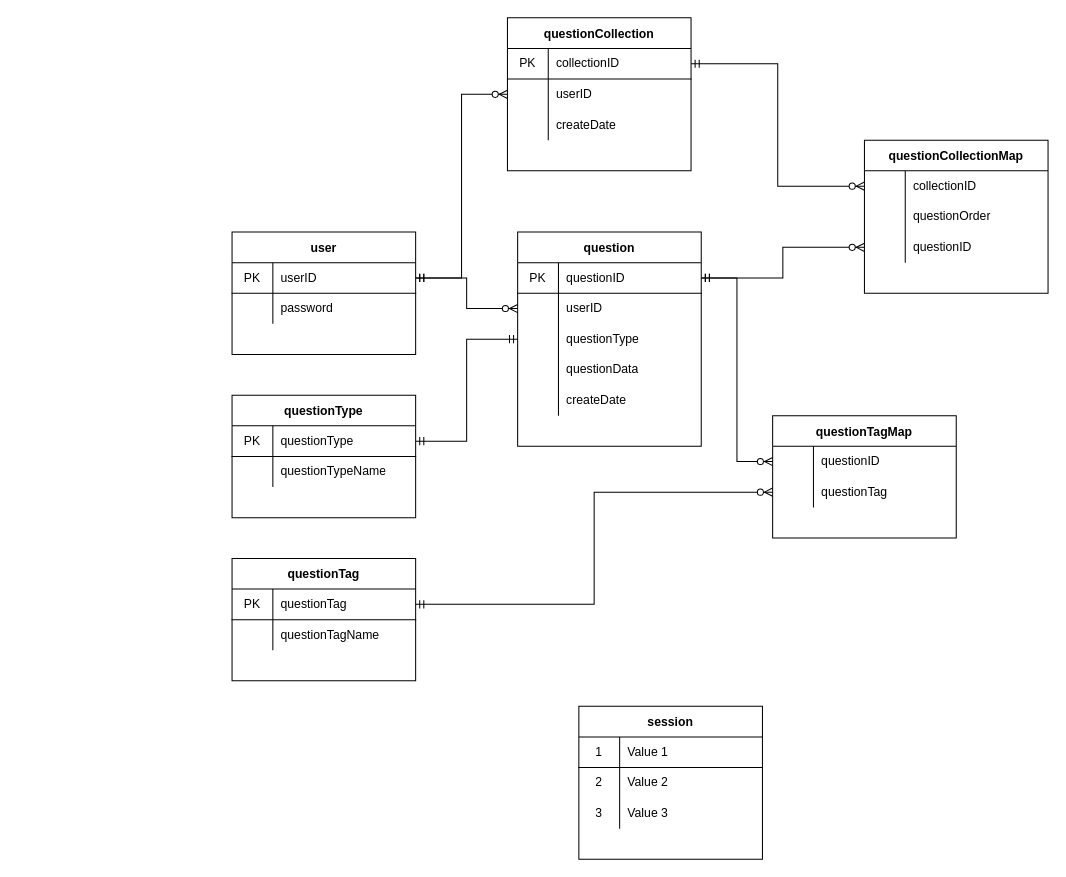
Above: diagram/erDiagram.drawio in swkoubou/HackU2021 (draw.io), before the change. Source tidied: cells renumbered, new cells numbered last; positions are measured from the earlier drawing's top-left corner, leaving out a move shared by most shapes. Both pictures are drawn from the tidied source at 102%, with x=0, y=0 at pixel (232, 17).
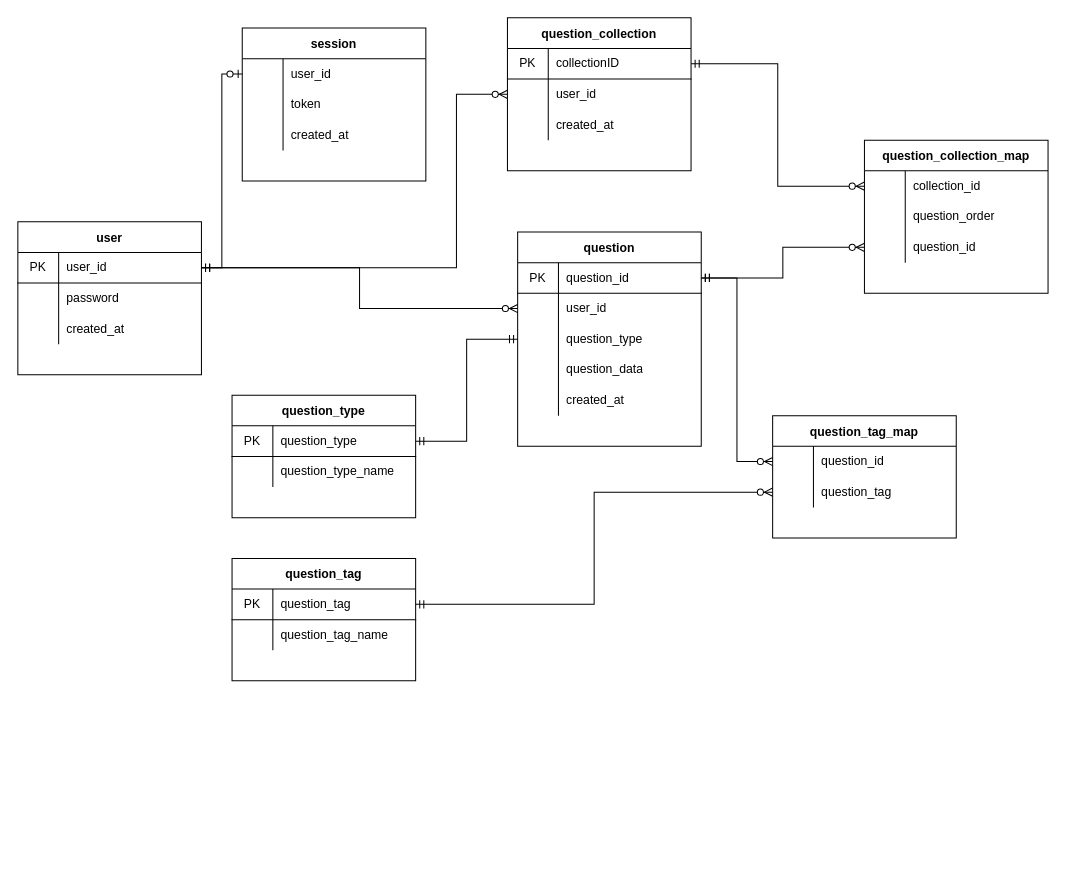
Above is the later version.

Commit message:
ER図の命名を修正

The change refers to these unchanged cells:
```xml
<mxCell id="3" style="shape=partialRectangle;html=1;whiteSpace=wrap;fillColor=none;top=0;left=0;bottom=1;right=0;points=[[0,0.5],[1,0.5]];portConstraint=eastwest;" parent="2" vertex="1">
  <mxGeometry y="30" width="180" height="30" as="geometry" />
</mxCell>
<mxCell id="10" style="shape=partialRectangle;html=1;whiteSpace=wrap;fillColor=none;top=0;left=0;bottom=1;right=0;points=[[0,0.5],[1,0.5]];portConstraint=eastwest;" parent="9" vertex="1">
  <mxGeometry y="30" width="180" height="30" as="geometry" />
</mxCell>
<mxCell id="13" style="shape=partialRectangle;html=1;whiteSpace=wrap;fillColor=none;top=0;left=0;bottom=0;right=0;points=[[0,0.5],[1,0.5]];portConstraint=eastwest;" parent="9" vertex="1">
  <mxGeometry y="60" width="180" height="30" as="geometry" />
</mxCell>
<mxCell id="16" style="shape=partialRectangle;html=1;whiteSpace=wrap;fillColor=none;top=0;left=0;bottom=0;right=0;points=[[0,0.5],[1,0.5]];portConstraint=eastwest;" parent="9" vertex="1">
  <mxGeometry y="90" width="180" height="30" as="geometry" />
</mxCell>
<mxCell id="19" style="shape=partialRectangle;html=1;whiteSpace=wrap;fillColor=none;top=0;left=0;bottom=0;right=0;" parent="9" vertex="1">
  <mxGeometry y="120" width="180" height="30" as="geometry" />
</mxCell>
<mxCell id="22" style="shape=partialRectangle;html=1;whiteSpace=wrap;fillColor=none;top=0;left=0;bottom=0;right=0;" parent="9" vertex="1">
  <mxGeometry y="150" width="180" height="30" as="geometry" />
</mxCell>
<mxCell id="26" style="shape=partialRectangle;html=1;whiteSpace=wrap;fillColor=none;top=0;left=0;bottom=1;right=0;points=[[0,0.5],[1,0.5]];portConstraint=eastwest;" parent="25" vertex="1">
  <mxGeometry y="30" width="180" height="30" as="geometry" />
</mxCell>
<mxCell id="29" style="shape=partialRectangle;html=1;whiteSpace=wrap;fillColor=none;top=0;left=0;bottom=0;right=0;" parent="25" vertex="1">
  <mxGeometry y="60" width="180" height="30" as="geometry" />
</mxCell>
<mxCell id="36" style="shape=partialRectangle;html=1;whiteSpace=wrap;fillColor=none;top=0;left=0;bottom=0;right=0;points=[[0,0.5],[1,0.5]];portConstraint=eastwest;" parent="32" vertex="1">
  <mxGeometry y="60" width="180" height="30" as="geometry" />
</mxCell>
<mxCell id="39" style="shape=partialRectangle;html=1;whiteSpace=wrap;fillColor=none;top=0;left=0;bottom=0;right=0;" parent="32" vertex="1">
  <mxGeometry y="90" width="180" height="30" as="geometry" />
</mxCell>
<mxCell id="43" style="shape=partialRectangle;html=1;whiteSpace=wrap;fillColor=none;top=0;left=0;bottom=0;right=0;points=[[0,0.5],[1,0.5]];portConstraint=eastwest;" parent="42" vertex="1">
  <mxGeometry y="30" width="180" height="30" as="geometry" />
</mxCell>
<mxCell id="46" style="shape=partialRectangle;html=1;whiteSpace=wrap;fillColor=none;top=0;left=0;bottom=0;right=0;points=[[0,0.5],[1,0.5]];portConstraint=eastwest;" parent="42" vertex="1">
  <mxGeometry y="60" width="180" height="30" as="geometry" />
</mxCell>
<mxCell id="50" style="shape=partialRectangle;html=1;whiteSpace=wrap;fillColor=none;top=0;left=0;bottom=1;right=0;points=[[0,0.5],[1,0.5]];portConstraint=eastwest;" parent="49" vertex="1">
  <mxGeometry y="30" width="180" height="30" as="geometry" />
</mxCell>
<mxCell id="53" style="shape=partialRectangle;html=1;whiteSpace=wrap;fillColor=none;top=0;left=0;bottom=0;right=0;" parent="49" vertex="1">
  <mxGeometry y="60" width="180" height="30" as="geometry" />
</mxCell>
<mxCell id="57" style="shape=partialRectangle;html=1;whiteSpace=wrap;fillColor=none;top=0;left=0;bottom=0;right=0;points=[[0,0.5],[1,0.5]];portConstraint=eastwest;" parent="56" vertex="1">
  <mxGeometry y="30" width="180" height="30" as="geometry" />
</mxCell>
<mxCell id="60" style="shape=partialRectangle;html=1;whiteSpace=wrap;fillColor=none;top=0;left=0;bottom=0;right=0;" parent="56" vertex="1">
  <mxGeometry y="60" width="180" height="30" as="geometry" />
</mxCell>
<mxCell id="63" style="shape=partialRectangle;html=1;whiteSpace=wrap;fillColor=none;top=0;left=0;bottom=0;right=0;points=[[0,0.5],[1,0.5]];portConstraint=eastwest;" parent="56" vertex="1">
  <mxGeometry y="90" width="180" height="30" as="geometry" />
</mxCell>
<mxCell id="77" style="shape=partialRectangle;html=1;whiteSpace=wrap;fillColor=none;top=0;left=0;bottom=0;right=0;" parent="73" vertex="1">
  <mxGeometry y="60" width="180" height="30" as="geometry" />
</mxCell>
<mxCell id="80" style="shape=partialRectangle;html=1;whiteSpace=wrap;fillColor=none;top=0;left=0;bottom=0;right=0;" parent="73" vertex="1">
  <mxGeometry y="90" width="180" height="30" as="geometry" />
</mxCell>
```

What changed in the source:
```diff
@@
     <mxCell id="2" value="user" style="shape=table;startSize=30;childLayout=tableLayout;rowLines=0;fontStyle=1;align=center;" parent="1" vertex="1">
-      <mxGeometry y="210" width="180" height="120" as="geometry" />
+      <mxGeometry x="-210" y="200" width="180" height="150" as="geometry" />
     </mxCell>
@@
-    <mxCell id="5" value="userID" style="shape=partialRectangle;html=1;whiteSpace=wrap;fillColor=none;top=0;left=0;bottom=0;right=0;align=left;spacingLeft=6;overflow=hidden;" parent="3" vertex="1">
+    <mxCell id="5" value="user_id" style="shape=partialRectangle;html=1;whiteSpace=wrap;fillColor=none;top=0;left=0;bottom=0;right=0;align=left;spacingLeft=6;overflow=hidden;" parent="3" vertex="1">
       <mxGeometry x="40" width="140" height="30" as="geometry" />
     </mxCell>
@@
+    <mxCell id="83" style="shape=partialRectangle;html=1;whiteSpace=wrap;fillColor=none;top=0;left=0;bottom=0;right=0;" parent="2" vertex="1">
+      <mxGeometry y="90" width="180" height="30" as="geometry" />
+    </mxCell>
+    <mxCell id="84" style="shape=partialRectangle;html=1;whiteSpace=wrap;fillColor=none;top=0;left=0;bottom=0;right=0;overflow=hidden;" parent="83" vertex="1">
+      <mxGeometry width="40" height="30" as="geometry" />
+    </mxCell>
+    <mxCell id="85" value="created_at" style="shape=partialRectangle;html=1;whiteSpace=wrap;fillColor=none;top=0;left=0;bottom=0;right=0;align=left;spacingLeft=6;overflow=hidden;" parent="83" vertex="1">
+      <mxGeometry x="40" width="140" height="30" as="geometry" />
+    </mxCell>
@@
-    <mxCell id="12" value="questionID" style="shape=partialRectangle;html=1;whiteSpace=wrap;fillColor=none;top=0;left=0;bottom=0;right=0;align=left;spacingLeft=6;overflow=hidden;" parent="10" vertex="1">
+    <mxCell id="12" value="question_id" style="shape=partialRectangle;html=1;whiteSpace=wrap;fillColor=none;top=0;left=0;bottom=0;right=0;align=left;spacingLeft=6;overflow=hidden;" parent="10" vertex="1">
       <mxGeometry x="40" width="140" height="30" as="geometry" />
     </mxCell>
@@
-    <mxCell id="15" value="userID" style="shape=partialRectangle;html=1;whiteSpace=wrap;fillColor=none;top=0;left=0;bottom=0;right=0;align=left;spacingLeft=6;overflow=hidden;" parent="13" vertex="1">
+    <mxCell id="15" value="user_id" style="shape=partialRectangle;html=1;whiteSpace=wrap;fillColor=none;top=0;left=0;bottom=0;right=0;align=left;spacingLeft=6;overflow=hidden;" parent="13" vertex="1">
       <mxGeometry x="40" width="140" height="30" as="geometry" />
     </mxCell>
@@
-    <mxCell id="18" value="questionType" style="shape=partialRectangle;html=1;whiteSpace=wrap;fillColor=none;top=0;left=0;bottom=0;right=0;align=left;spacingLeft=6;overflow=hidden;" parent="16" vertex="1">
+    <mxCell id="18" value="question_type" style="shape=partialRectangle;html=1;whiteSpace=wrap;fillColor=none;top=0;left=0;bottom=0;right=0;align=left;spacingLeft=6;overflow=hidden;" parent="16" vertex="1">
       <mxGeometry x="40" width="140" height="30" as="geometry" />
     </mxCell>
@@
-    <mxCell id="21" value="questionData" style="shape=partialRectangle;html=1;whiteSpace=wrap;fillColor=none;top=0;left=0;bottom=0;right=0;align=left;spacingLeft=6;overflow=hidden;" parent="19" vertex="1">
+    <mxCell id="21" value="question_data" style="shape=partialRectangle;html=1;whiteSpace=wrap;fillColor=none;top=0;left=0;bottom=0;right=0;align=left;spacingLeft=6;overflow=hidden;" parent="19" vertex="1">
       <mxGeometry x="40" width="140" height="30" as="geometry" />
     </mxCell>
@@
-    <mxCell id="24" value="createDate" style="shape=partialRectangle;html=1;whiteSpace=wrap;fillColor=none;top=0;left=0;bottom=0;right=0;align=left;spacingLeft=6;overflow=hidden;" parent="22" vertex="1">
+    <mxCell id="24" value="created_at" style="shape=partialRectangle;html=1;whiteSpace=wrap;fillColor=none;top=0;left=0;bottom=0;right=0;align=left;spacingLeft=6;overflow=hidden;" parent="22" vertex="1">
       <mxGeometry x="40" width="140" height="30" as="geometry" />
     </mxCell>
-    <mxCell id="25" value="questionType" style="shape=table;startSize=30;childLayout=tableLayout;rowLines=0;fontStyle=1;align=center;" parent="1" vertex="1">
+    <mxCell id="25" value="question_type" style="shape=table;startSize=30;childLayout=tableLayout;rowLines=0;fontStyle=1;align=center;" parent="1" vertex="1">
       <mxGeometry y="370" width="180" height="120" as="geometry" />
     </mxCell>
@@
-    <mxCell id="28" value="questionType" style="shape=partialRectangle;html=1;whiteSpace=wrap;fillColor=none;top=0;left=0;bottom=0;right=0;align=left;spacingLeft=6;overflow=hidden;" parent="26" vertex="1">
+    <mxCell id="28" value="question_type" style="shape=partialRectangle;html=1;whiteSpace=wrap;fillColor=none;top=0;left=0;bottom=0;right=0;align=left;spacingLeft=6;overflow=hidden;" parent="26" vertex="1">
       <mxGeometry x="40" width="140" height="30" as="geometry" />
     </mxCell>
@@
-    <mxCell id="31" value="questionTypeName" style="shape=partialRectangle;html=1;whiteSpace=wrap;fillColor=none;top=0;left=0;bottom=0;right=0;align=left;spacingLeft=6;overflow=hidden;" parent="29" vertex="1">
+    <mxCell id="31" value="question_type_name" style="shape=partialRectangle;html=1;whiteSpace=wrap;fillColor=none;top=0;left=0;bottom=0;right=0;align=left;spacingLeft=6;overflow=hidden;" parent="29" vertex="1">
       <mxGeometry x="40" width="140" height="30" as="geometry" />
     </mxCell>
-    <mxCell id="32" value="questionCollection" style="shape=table;startSize=30;childLayout=tableLayout;rowLines=0;fontStyle=1;align=center;" parent="1" vertex="1">
+    <mxCell id="32" value="question_collection" style="shape=table;startSize=30;childLayout=tableLayout;rowLines=0;fontStyle=1;align=center;" parent="1" vertex="1">
       <mxGeometry x="270" width="180" height="150" as="geometry" />
     </mxCell>
@@
-    <mxCell id="38" value="userID" style="shape=partialRectangle;html=1;whiteSpace=wrap;fillColor=none;top=0;left=0;bottom=0;right=0;align=left;spacingLeft=6;overflow=hidden;" parent="36" vertex="1">
+    <mxCell id="38" value="user_id" style="shape=partialRectangle;html=1;whiteSpace=wrap;fillColor=none;top=0;left=0;bottom=0;right=0;align=left;spacingLeft=6;overflow=hidden;" parent="36" vertex="1">
       <mxGeometry x="40" width="140" height="30" as="geometry" />
     </mxCell>
@@
-    <mxCell id="41" value="createDate" style="shape=partialRectangle;html=1;whiteSpace=wrap;fillColor=none;top=0;left=0;bottom=0;right=0;align=left;spacingLeft=6;overflow=hidden;" parent="39" vertex="1">
+    <mxCell id="41" value="created_at" style="shape=partialRectangle;html=1;whiteSpace=wrap;fillColor=none;top=0;left=0;bottom=0;right=0;align=left;spacingLeft=6;overflow=hidden;" parent="39" vertex="1">
       <mxGeometry x="40" width="140" height="30" as="geometry" />
     </mxCell>
-    <mxCell id="42" value="questionTagMap" style="shape=table;startSize=30;childLayout=tableLayout;rowLines=0;fontStyle=1;align=center;" parent="1" vertex="1">
+    <mxCell id="42" value="question_tag_map" style="shape=table;startSize=30;childLayout=tableLayout;rowLines=0;fontStyle=1;align=center;" parent="1" vertex="1">
       <mxGeometry x="530" y="390" width="180" height="120" as="geometry" />
     </mxCell>
@@
-    <mxCell id="45" value="questionID" style="shape=partialRectangle;html=1;whiteSpace=wrap;fillColor=none;top=0;left=0;bottom=0;right=0;align=left;spacingLeft=6;overflow=hidden;" parent="43" vertex="1">
+    <mxCell id="45" value="question_id" style="shape=partialRectangle;html=1;whiteSpace=wrap;fillColor=none;top=0;left=0;bottom=0;right=0;align=left;spacingLeft=6;overflow=hidden;" parent="43" vertex="1">
       <mxGeometry x="40" width="140" height="30" as="geometry" />
     </mxCell>
@@
-    <mxCell id="48" value="questionTag" style="shape=partialRectangle;html=1;whiteSpace=wrap;fillColor=none;top=0;left=0;bottom=0;right=0;align=left;spacingLeft=6;overflow=hidden;" parent="46" vertex="1">
+    <mxCell id="48" value="question_tag" style="shape=partialRectangle;html=1;whiteSpace=wrap;fillColor=none;top=0;left=0;bottom=0;right=0;align=left;spacingLeft=6;overflow=hidden;" parent="46" vertex="1">
       <mxGeometry x="40" width="140" height="30" as="geometry" />
     </mxCell>
-    <mxCell id="49" value="questionTag" style="shape=table;startSize=30;childLayout=tableLayout;rowLines=0;fontStyle=1;align=center;" parent="1" vertex="1">
+    <mxCell id="49" value="question_tag" style="shape=table;startSize=30;childLayout=tableLayout;rowLines=0;fontStyle=1;align=center;" parent="1" vertex="1">
       <mxGeometry y="530" width="180" height="120" as="geometry" />
     </mxCell>
@@
-    <mxCell id="52" value="questionTag" style="shape=partialRectangle;html=1;whiteSpace=wrap;fillColor=none;top=0;left=0;bottom=0;right=0;align=left;spacingLeft=6;overflow=hidden;" parent="50" vertex="1">
+    <mxCell id="52" value="question_tag" style="shape=partialRectangle;html=1;whiteSpace=wrap;fillColor=none;top=0;left=0;bottom=0;right=0;align=left;spacingLeft=6;overflow=hidden;" parent="50" vertex="1">
       <mxGeometry x="40" width="140" height="30" as="geometry" />
     </mxCell>
@@
-    <mxCell id="55" value="questionTagName" style="shape=partialRectangle;html=1;whiteSpace=wrap;fillColor=none;top=0;left=0;bottom=0;right=0;align=left;spacingLeft=6;overflow=hidden;" parent="53" vertex="1">
+    <mxCell id="55" value="question_tag_name" style="shape=partialRectangle;html=1;whiteSpace=wrap;fillColor=none;top=0;left=0;bottom=0;right=0;align=left;spacingLeft=6;overflow=hidden;" parent="53" vertex="1">
       <mxGeometry x="40" width="140" height="30" as="geometry" />
     </mxCell>
-    <mxCell id="56" value="questionCollectionMap" style="shape=table;startSize=30;childLayout=tableLayout;rowLines=0;fontStyle=1;align=center;" parent="1" vertex="1">
+    <mxCell id="56" value="question_collection_map" style="shape=table;startSize=30;childLayout=tableLayout;rowLines=0;fontStyle=1;align=center;" parent="1" vertex="1">
       <mxGeometry x="620" y="120" width="180" height="150" as="geometry" />
     </mxCell>
@@
-    <mxCell id="59" value="collectionID" style="shape=partialRectangle;html=1;whiteSpace=wrap;fillColor=none;top=0;left=0;bottom=0;right=0;align=left;spacingLeft=6;overflow=hidden;" parent="57" vertex="1">
+    <mxCell id="59" value="collection_id" style="shape=partialRectangle;html=1;whiteSpace=wrap;fillColor=none;top=0;left=0;bottom=0;right=0;align=left;spacingLeft=6;overflow=hidden;" parent="57" vertex="1">
       <mxGeometry x="40" width="140" height="30" as="geometry" />
     </mxCell>
@@
-    <mxCell id="62" value="questionOrder" style="shape=partialRectangle;html=1;whiteSpace=wrap;fillColor=none;top=0;left=0;bottom=0;right=0;align=left;spacingLeft=6;overflow=hidden;" parent="60" vertex="1">
+    <mxCell id="62" value="question_order" style="shape=partialRectangle;html=1;whiteSpace=wrap;fillColor=none;top=0;left=0;bottom=0;right=0;align=left;spacingLeft=6;overflow=hidden;" parent="60" vertex="1">
       <mxGeometry x="40" width="140" height="30" as="geometry" />
     </mxCell>
@@
-    <mxCell id="65" value="questionID" style="shape=partialRectangle;html=1;whiteSpace=wrap;fillColor=none;top=0;left=0;bottom=0;right=0;align=left;spacingLeft=6;overflow=hidden;" parent="63" vertex="1">
+    <mxCell id="65" value="question_id" style="shape=partialRectangle;html=1;whiteSpace=wrap;fillColor=none;top=0;left=0;bottom=0;right=0;align=left;spacingLeft=6;overflow=hidden;" parent="63" vertex="1">
       <mxGeometry x="40" width="140" height="30" as="geometry" />
     </mxCell>
@@
     <mxCell id="70" style="edgeStyle=orthogonalEdgeStyle;rounded=0;jettySize=auto;html=1;entryX=0;entryY=0.5;entryDx=0;entryDy=0;startArrow=ERmandOne;startFill=0;endArrow=ERzeroToMany;endFill=1;" parent="1" edge="1" source="3" target="36">
-      <mxGeometry relative="1" as="geometry" />
+      <mxGeometry relative="1" as="geometry">
+        <Array as="points">
+          <mxPoint x="220" y="245" />
+          <mxPoint x="220" y="75" />
+        </Array>
+      </mxGeometry>
     </mxCell>
@@
     <mxCell id="73" value="session" style="shape=table;startSize=30;childLayout=tableLayout;rowLines=0;fontStyle=1;align=center;" parent="1" vertex="1">
-      <mxGeometry x="340" y="675" width="180" height="150" as="geometry" />
+      <mxGeometry x="10" y="10" width="180" height="150" as="geometry" />
     </mxCell>
-    <mxCell id="74" style="shape=partialRectangle;html=1;whiteSpace=wrap;fillColor=none;top=0;left=0;bottom=1;right=0;points=[[0,0.5],[1,0.5]];portConstraint=eastwest;" parent="73" vertex="1">
+    <mxCell id="74" style="shape=partialRectangle;html=1;whiteSpace=wrap;fillColor=none;top=0;left=0;bottom=1;right=0;points=[[0,0.5],[1,0.5]];portConstraint=eastwest;strokeColor=none;" parent="73" vertex="1">
       <mxGeometry y="30" width="180" height="30" as="geometry" />
     </mxCell>
-    <mxCell id="75" value="1" style="shape=partialRectangle;html=1;whiteSpace=wrap;fillColor=none;top=0;left=0;bottom=0;right=0;overflow=hidden;" parent="74" vertex="1">
+    <mxCell id="75" style="shape=partialRectangle;html=1;whiteSpace=wrap;fillColor=none;top=0;left=0;bottom=0;right=0;overflow=hidden;" parent="74" vertex="1">
       <mxGeometry width="40" height="30" as="geometry" />
     </mxCell>
-    <mxCell id="76" value="Value 1" style="shape=partialRectangle;html=1;whiteSpace=wrap;fillColor=none;top=0;left=0;bottom=0;right=0;align=left;spacingLeft=6;overflow=hidden;" parent="74" vertex="1">
+    <mxCell id="76" value="user_id" style="shape=partialRectangle;html=1;whiteSpace=wrap;fillColor=none;top=0;left=0;bottom=0;right=0;align=left;spacingLeft=6;overflow=hidden;" parent="74" vertex="1">
       <mxGeometry x="40" width="140" height="30" as="geometry" />
     </mxCell>
@@
-    <mxCell id="78" value="2" style="shape=partialRectangle;html=1;whiteSpace=wrap;fillColor=none;top=0;left=0;bottom=0;right=0;overflow=hidden;" parent="77" vertex="1">
+    <mxCell id="78" style="shape=partialRectangle;html=1;whiteSpace=wrap;fillColor=none;top=0;left=0;bottom=0;right=0;overflow=hidden;" parent="77" vertex="1">
       <mxGeometry width="40" height="30" as="geometry" />
     </mxCell>
-    <mxCell id="79" value="Value 2" style="shape=partialRectangle;html=1;whiteSpace=wrap;fillColor=none;top=0;left=0;bottom=0;right=0;align=left;spacingLeft=6;overflow=hidden;" parent="77" vertex="1">
+    <mxCell id="79" value="token" style="shape=partialRectangle;html=1;whiteSpace=wrap;fillColor=none;top=0;left=0;bottom=0;right=0;align=left;spacingLeft=6;overflow=hidden;" parent="77" vertex="1">
       <mxGeometry x="40" width="140" height="30" as="geometry" />
     </mxCell>
@@
-    <mxCell id="81" value="3" style="shape=partialRectangle;html=1;whiteSpace=wrap;fillColor=none;top=0;left=0;bottom=0;right=0;overflow=hidden;" parent="80" vertex="1">
+    <mxCell id="81" style="shape=partialRectangle;html=1;whiteSpace=wrap;fillColor=none;top=0;left=0;bottom=0;right=0;overflow=hidden;" parent="80" vertex="1">
       <mxGeometry width="40" height="30" as="geometry" />
     </mxCell>
-    <mxCell id="82" value="Value 3" style="shape=partialRectangle;html=1;whiteSpace=wrap;fillColor=none;top=0;left=0;bottom=0;right=0;align=left;spacingLeft=6;overflow=hidden;" parent="80" vertex="1">
+    <mxCell id="82" value="created_at" style="shape=partialRectangle;html=1;whiteSpace=wrap;fillColor=none;top=0;left=0;bottom=0;right=0;align=left;spacingLeft=6;overflow=hidden;" parent="80" vertex="1">
       <mxGeometry x="40" width="140" height="30" as="geometry" />
     </mxCell>
+    <mxCell id="86" style="edgeStyle=orthogonalEdgeStyle;rounded=0;jettySize=auto;html=1;entryX=0;entryY=0.5;entryDx=0;entryDy=0;startArrow=ERmandOne;startFill=0;endArrow=ERzeroToOne;endFill=1;" parent="1" edge="1" source="3" target="74">
+      <mxGeometry relative="1" as="geometry" />
+    </mxCell>
```
